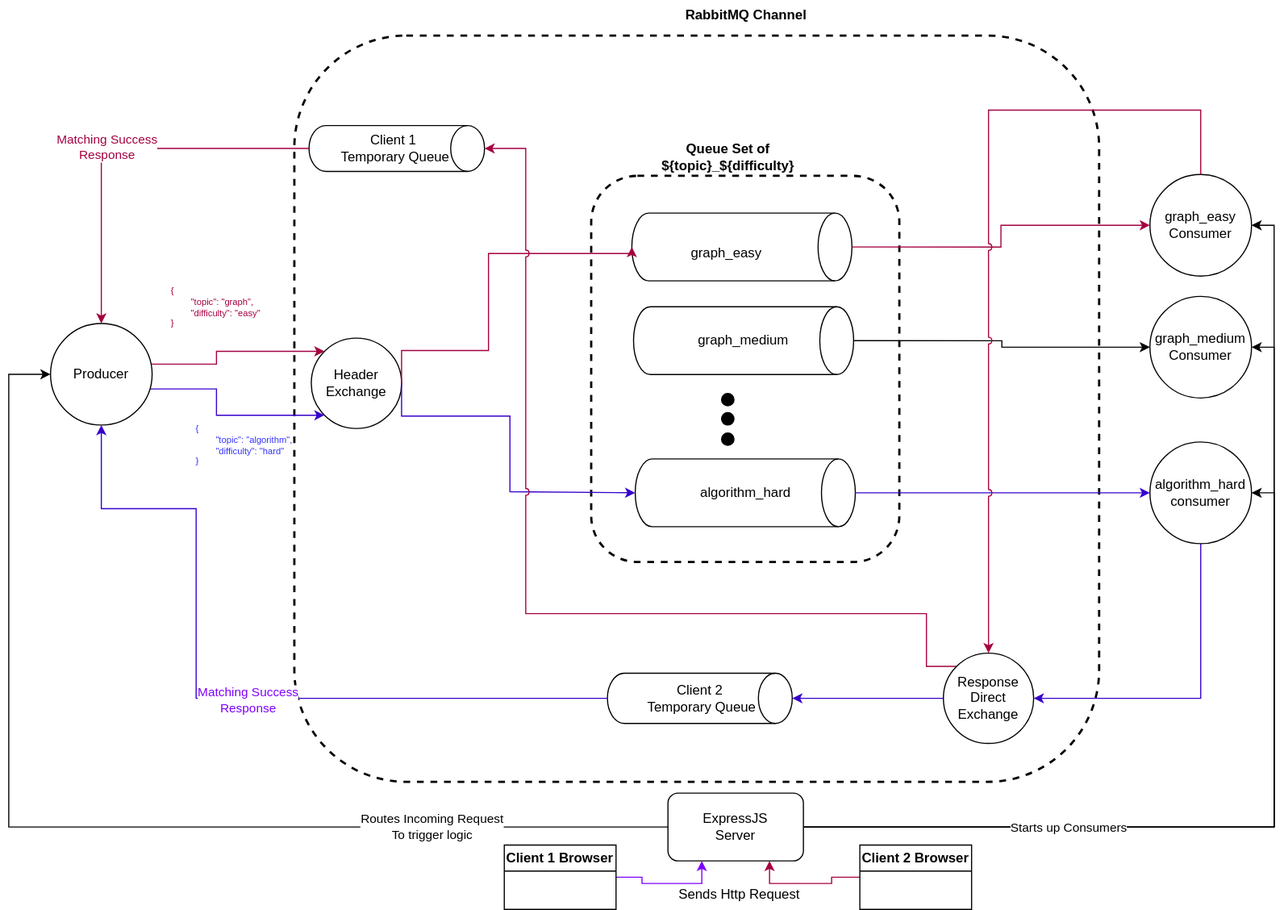
Above: matchingService/assets/MatchingServiceFlow.drawio.svg in CS3219-AY2425S1/nus-cs3219-ay2425s1-cs3219-ay2425s1-project-project-template (draw.io), before the change. Source tidied: cells renumbered, new cells last; positions are measured from the earlier drawing's top-left corner, leaving out a move shared by most shapes.
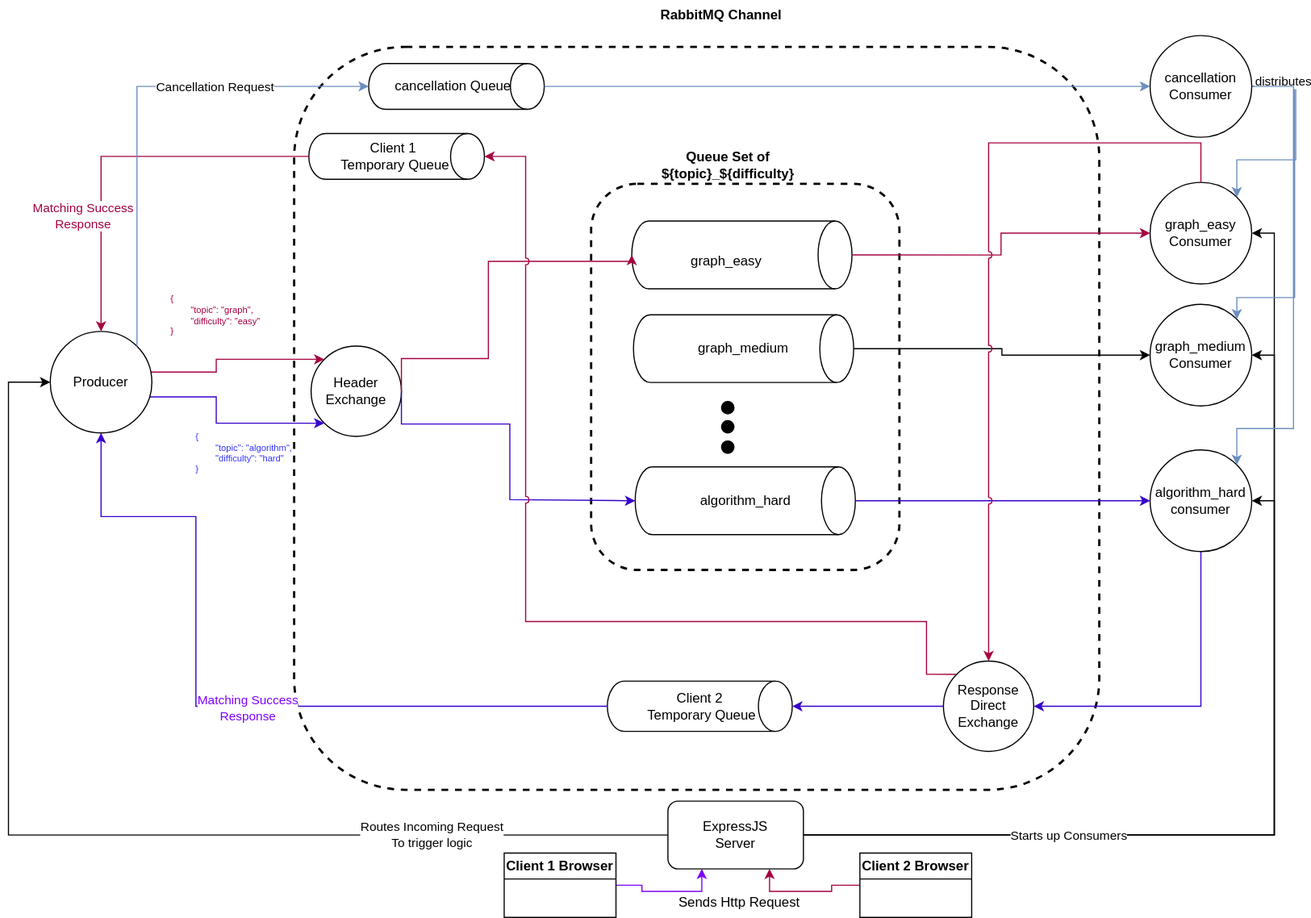
After the change.

Commit message:
Added cancellation request flow to diagram

Diff of the diagram source:
```diff
@@ -3,7 +3,7 @@
     <mxCell id="0" />
     <mxCell id="1" parent="0" />
     <mxCell id="2" style="rounded=1;whiteSpace=wrap;html=1;dashed=1;strokeWidth=2;fillColor=none;" parent="1" vertex="1">
-      <mxGeometry x="253" y="31" width="713" height="661" as="geometry" />
+      <mxGeometry x="253" y="34" width="713" height="658" as="geometry" />
     </mxCell>
     <mxCell id="3" style="rounded=1;whiteSpace=wrap;html=1;dashed=1;strokeWidth=2;fillColor=none;" parent="1" vertex="1">
       <mxGeometry x="516" y="155.2" width="273" height="342" as="geometry" />
@@ -140,8 +140,8 @@
     <mxCell id="37" style="edgeStyle=orthogonalEdgeStyle;rounded=0;jettySize=auto;html=1;exitX=0.5;exitY=0;exitDx=0;exitDy=0;fillColor=#d80073;strokeColor=#A50040;jumpStyle=arc;entryX=0.5;entryY=0;entryDx=0;entryDy=0;" parent="1" edge="1" source="28" target="44">
       <mxGeometry relative="1" as="geometry">
         <Array as="points">
-          <mxPoint x="1056" y="97" />
-          <mxPoint x="868" y="97" />
+          <mxPoint x="1056" y="119" />
+          <mxPoint x="868" y="119" />
         </Array>
       </mxGeometry>
     </mxCell>
@@ -159,7 +159,9 @@
       <mxGeometry relative="1" as="geometry" />
     </mxCell>
     <mxCell id="40" value="Matching Success&lt;div&gt;Response&lt;/div&gt;" style="edgeLabel;html=1;align=center;verticalAlign=middle;fontColor=#A50040;" parent="39" vertex="1">
-      <mxGeometry x="0.06" y="-2" relative="1" as="geometry" />
+      <mxGeometry x="0.06" y="-2" relative="1" as="geometry">
+        <mxPoint x="-21" y="54" as="offset" />
+      </mxGeometry>
     </mxCell>
     <mxCell id="41" style="edgeStyle=orthogonalEdgeStyle;rounded=0;jettySize=auto;html=1;entryX=0.5;entryY=0;entryDx=0;entryDy=0;entryPerimeter=0;fillColor=#6a00ff;strokeColor=#3700CC;exitX=0;exitY=0.5;exitDx=0;exitDy=0;" parent="1" edge="1" source="44" target="22">
       <mxGeometry relative="1" as="geometry">
@@ -184,7 +186,7 @@
       <mxGeometry x="828" y="578" width="80" height="80" as="geometry" />
     </mxCell>
     <mxCell id="45" value="RabbitMQ Channel" style="text;html=1;align=center;verticalAlign=middle;strokeColor=none;fillColor=none;fontStyle=1;" parent="1" vertex="1">
-      <mxGeometry x="592.5" width="120" height="26" as="geometry" />
+      <mxGeometry x="571" y="-7" width="120" height="26" as="geometry" />
     </mxCell>
     <mxCell id="46" style="edgeStyle=orthogonalEdgeStyle;rounded=0;jettySize=auto;html=1;exitX=0;exitY=0.5;exitDx=0;exitDy=0;entryX=0.75;entryY=1;entryDx=0;entryDy=0;strokeColor=#A50040;" parent="1" edge="1" source="47" target="55">
       <mxGeometry relative="1" as="geometry" />
@@ -232,5 +234,64 @@
     <mxCell id="58" value="Sends Http Request" style="text;html=1;align=center;verticalAlign=middle;strokeColor=none;fillColor=none;" parent="1" vertex="1">
       <mxGeometry x="584" y="779" width="126" height="26" as="geometry" />
     </mxCell>
+    <mxCell id="59" style="group;dashed=1;" parent="1" vertex="1">
+      <mxGeometry x="311" y="39" width="137" height="107.8" as="geometry" />
+    </mxCell>
+    <mxCell id="60" style="shape=cylinder3;whiteSpace=wrap;html=1;boundedLbl=1;backgroundOutline=1;size=15;rotation=90;fixDash=1;" parent="59" vertex="1">
+      <mxGeometry x="65.4" y="-47.8" width="40.6" height="155.5" as="geometry" />
+    </mxCell>
+    <mxCell id="61" value="cancellation Queue" style="text;html=1;align=center;verticalAlign=middle;whiteSpace=wrap;rounded=0;" parent="59" vertex="1">
+      <mxGeometry x="28.6" y="9.5" width="108.4" height="41" as="geometry" />
+    </mxCell>
+    <mxCell id="62" style="edgeStyle=orthogonalEdgeStyle;rounded=0;jettySize=auto;html=1;exitX=1;exitY=0;exitDx=0;exitDy=0;entryX=0.5;entryY=1;entryDx=0;entryDy=0;entryPerimeter=0;fillColor=#dae8fc;strokeColor=#6c8ebf;" parent="1" edge="1" source="48" target="60">
+      <mxGeometry relative="1" as="geometry">
+        <Array as="points">
+          <mxPoint x="114" y="69" />
+        </Array>
+      </mxGeometry>
+    </mxCell>
+    <mxCell id="63" value="Cancellation Request" style="edgeLabel;html=1;align=center;verticalAlign=middle;" parent="62" vertex="1">
+      <mxGeometry x="0.31" relative="1" as="geometry">
+        <mxPoint x="15" as="offset" />
+      </mxGeometry>
+    </mxCell>
+    <mxCell id="64" style="edgeStyle=orthogonalEdgeStyle;rounded=0;jettySize=auto;html=1;exitX=1;exitY=0.5;exitDx=0;exitDy=0;entryX=1;entryY=0;entryDx=0;entryDy=0;fillColor=#dae8fc;strokeColor=#6c8ebf;" parent="1" edge="1" source="68" target="28">
+      <mxGeometry relative="1" as="geometry">
+        <Array as="points">
+          <mxPoint x="1140" y="69" />
+          <mxPoint x="1140" y="134" />
+          <mxPoint x="1088" y="134" />
+        </Array>
+      </mxGeometry>
+    </mxCell>
+    <mxCell id="65" style="edgeStyle=orthogonalEdgeStyle;rounded=0;jettySize=auto;html=1;exitX=1;exitY=0.5;exitDx=0;exitDy=0;entryX=1;entryY=0;entryDx=0;entryDy=0;fillColor=#dae8fc;strokeColor=#6c8ebf;" parent="1" edge="1" source="68" target="29">
+      <mxGeometry relative="1" as="geometry">
+        <Array as="points">
+          <mxPoint x="1139" y="69" />
+          <mxPoint x="1139" y="256" />
+          <mxPoint x="1088" y="256" />
+        </Array>
+      </mxGeometry>
+    </mxCell>
+    <mxCell id="66" value="distributes" style="edgeLabel;html=1;align=center;verticalAlign=middle;" parent="65" vertex="1">
+      <mxGeometry x="-0.8" y="-1" relative="1" as="geometry">
+        <mxPoint x="-3" y="-6" as="offset" />
+      </mxGeometry>
+    </mxCell>
+    <mxCell id="67" style="edgeStyle=orthogonalEdgeStyle;rounded=0;jettySize=auto;html=1;exitX=1;exitY=0.5;exitDx=0;exitDy=0;entryX=1;entryY=0;entryDx=0;entryDy=0;fillColor=#dae8fc;strokeColor=#6c8ebf;" parent="1" edge="1" source="68" target="31">
+      <mxGeometry relative="1" as="geometry">
+        <Array as="points">
+          <mxPoint x="1138" y="69" />
+          <mxPoint x="1138" y="372" />
+          <mxPoint x="1088" y="372" />
+        </Array>
+      </mxGeometry>
+    </mxCell>
+    <mxCell id="68" value="cancellation&lt;div&gt;Consumer&lt;/div&gt;" style="ellipse;whiteSpace=wrap;html=1;" parent="1" vertex="1">
+      <mxGeometry x="1011" y="24" width="90" height="90" as="geometry" />
+    </mxCell>
+    <mxCell id="69" style="edgeStyle=orthogonalEdgeStyle;rounded=0;jettySize=auto;html=1;exitX=0.5;exitY=0;exitDx=0;exitDy=0;exitPerimeter=0;entryX=0;entryY=0.5;entryDx=0;entryDy=0;fillColor=#dae8fc;strokeColor=#6c8ebf;" parent="1" edge="1" source="60" target="68">
+      <mxGeometry relative="1" as="geometry" />
+    </mxCell>
   </root>
 </mxGraphModel>
```
